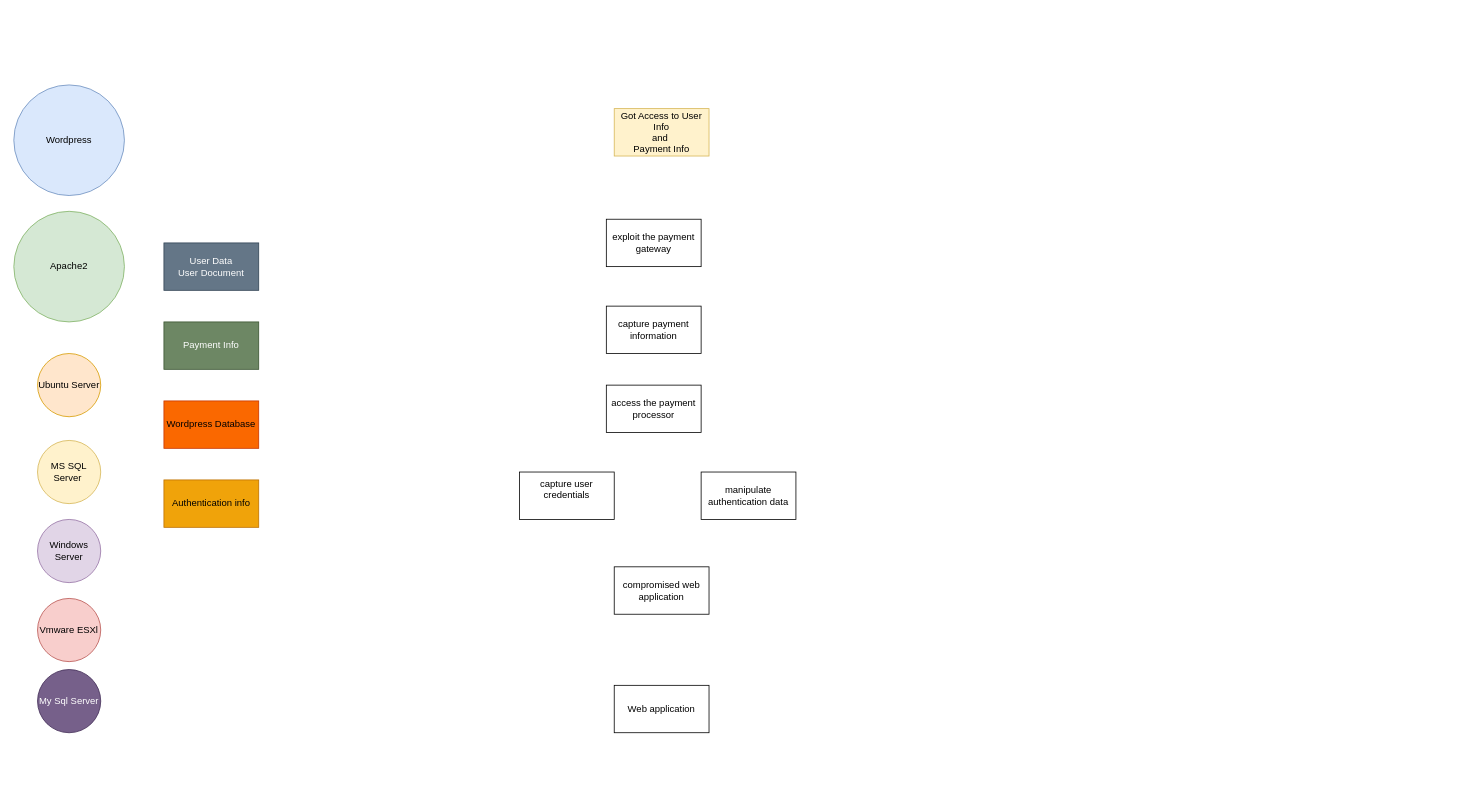
The draw.io diagram page "Page-11" (11 of 11) of duk_website.drawio in 00Himanshu/System-Security-and-Risk-Analysis, before the edit. Source tidied: cells renumbered, new cells numbered last; positions are measured from the earlier drawing's top-left corner, leaving out a move shared by most shapes. Both pictures are drawn from the tidied source at 79%, with x=0, y=0 at pixel (13, 85).
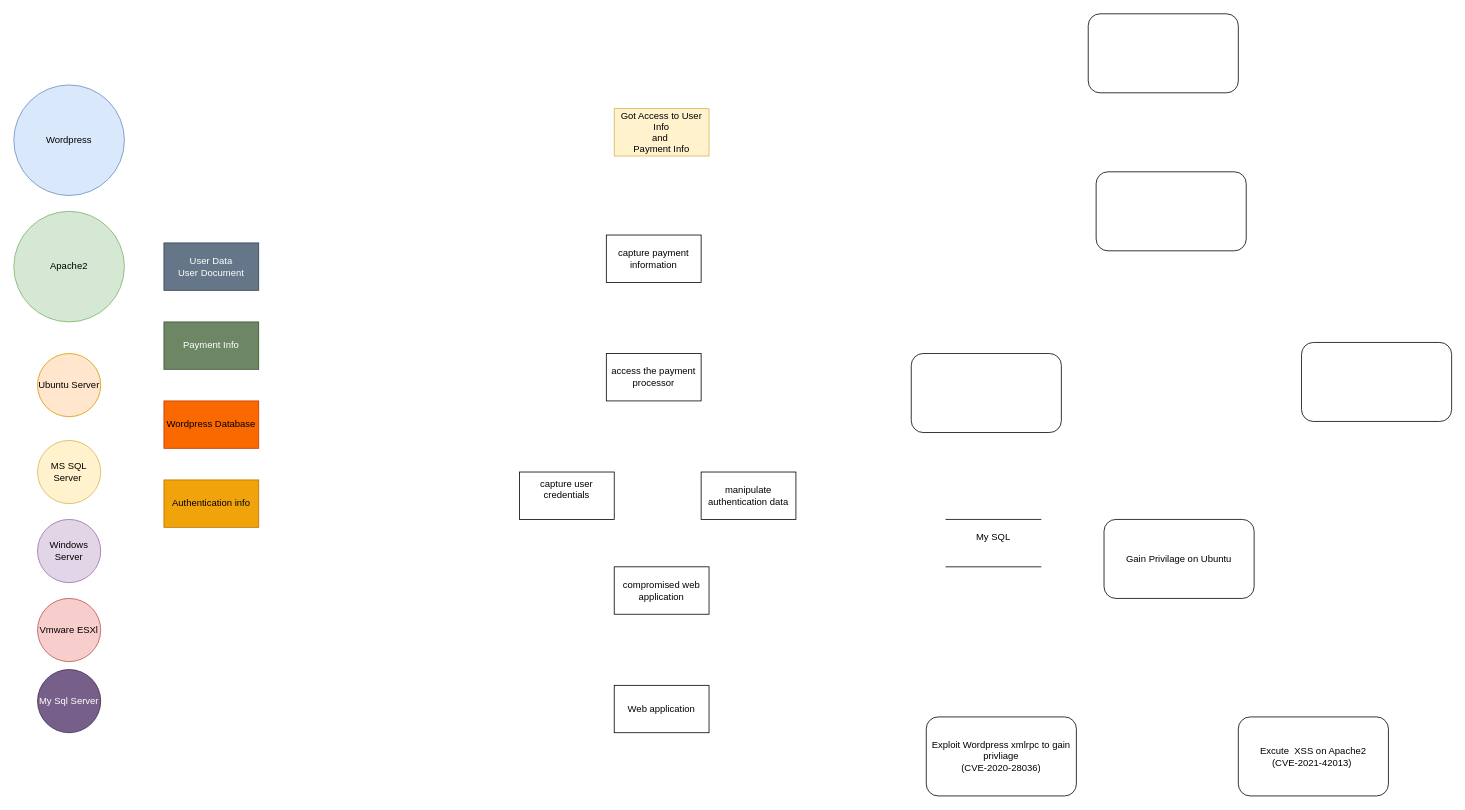
Above is the later version.

Diff of the diagram source:
```diff
@@
     <mxCell id="18" value="access the payment processor" style="rounded=0;whiteSpace=wrap;html=1;" parent="1" vertex="1">
-      <mxGeometry x="750" y="380" width="120" height="60" as="geometry" />
+      <mxGeometry x="750" y="340" width="120" height="60" as="geometry" />
     </mxCell>
     <mxCell id="19" value="capture payment information" style="rounded=0;whiteSpace=wrap;html=1;" parent="1" vertex="1">
-      <mxGeometry x="750" y="280" width="120" height="60" as="geometry" />
+      <mxGeometry x="750" y="190" width="120" height="60" as="geometry" />
     </mxCell>
-    <mxCell id="20" value="exploit the payment gateway" style="rounded=0;whiteSpace=wrap;html=1;" parent="1" vertex="1">
-      <mxGeometry x="750" y="170" width="120" height="60" as="geometry" />
-    </mxCell>
+    <mxCell id="21" value="Exploit Wordpress xmlrpc to gain privliage&lt;div&gt;(CVE-2020-28036)&lt;/div&gt;" style="rounded=1;whiteSpace=wrap;html=1;" parent="1" vertex="1">
+      <mxGeometry x="1155" y="800" width="190" height="100" as="geometry" />
+    </mxCell>
+    <mxCell id="22" value="Excute&amp;nbsp; XSS on Apache2&lt;div&gt;(CVE-2021-42013)&amp;nbsp;&lt;/div&gt;" style="rounded=1;whiteSpace=wrap;html=1;" parent="1" vertex="1">
+      <mxGeometry x="1550" y="800" width="190" height="100" as="geometry" />
+    </mxCell>
+    <mxCell id="23" value="Gain Privilage on Ubuntu" style="rounded=1;whiteSpace=wrap;html=1;" parent="1" vertex="1">
+      <mxGeometry x="1380" y="550" width="190" height="100" as="geometry" />
+    </mxCell>
+    <mxCell id="24" style="rounded=1;whiteSpace=wrap;html=1;" parent="1" vertex="1">
+      <mxGeometry x="1630" y="326" width="190" height="100" as="geometry" />
+    </mxCell>
+    <mxCell id="25" style="rounded=1;whiteSpace=wrap;html=1;" parent="1" vertex="1">
+      <mxGeometry x="1136" y="340" width="190" height="100" as="geometry" />
+    </mxCell>
+    <mxCell id="26" style="rounded=1;whiteSpace=wrap;html=1;" parent="1" vertex="1">
+      <mxGeometry x="1370" y="110" width="190" height="100" as="geometry" />
+    </mxCell>
+    <mxCell id="27" style="rounded=1;whiteSpace=wrap;html=1;" parent="1" vertex="1">
+      <mxGeometry x="1360" y="-90" width="190" height="100" as="geometry" />
+    </mxCell>
+    <mxCell id="28" value="My SQL&lt;div&gt;&lt;br&gt;&lt;/div&gt;" style="shape=partialRectangle;whiteSpace=wrap;html=1;left=0;right=0;fillColor=none;" parent="1" vertex="1">
+      <mxGeometry x="1180" y="550" width="120" height="60" as="geometry" />
+    </mxCell>
```
